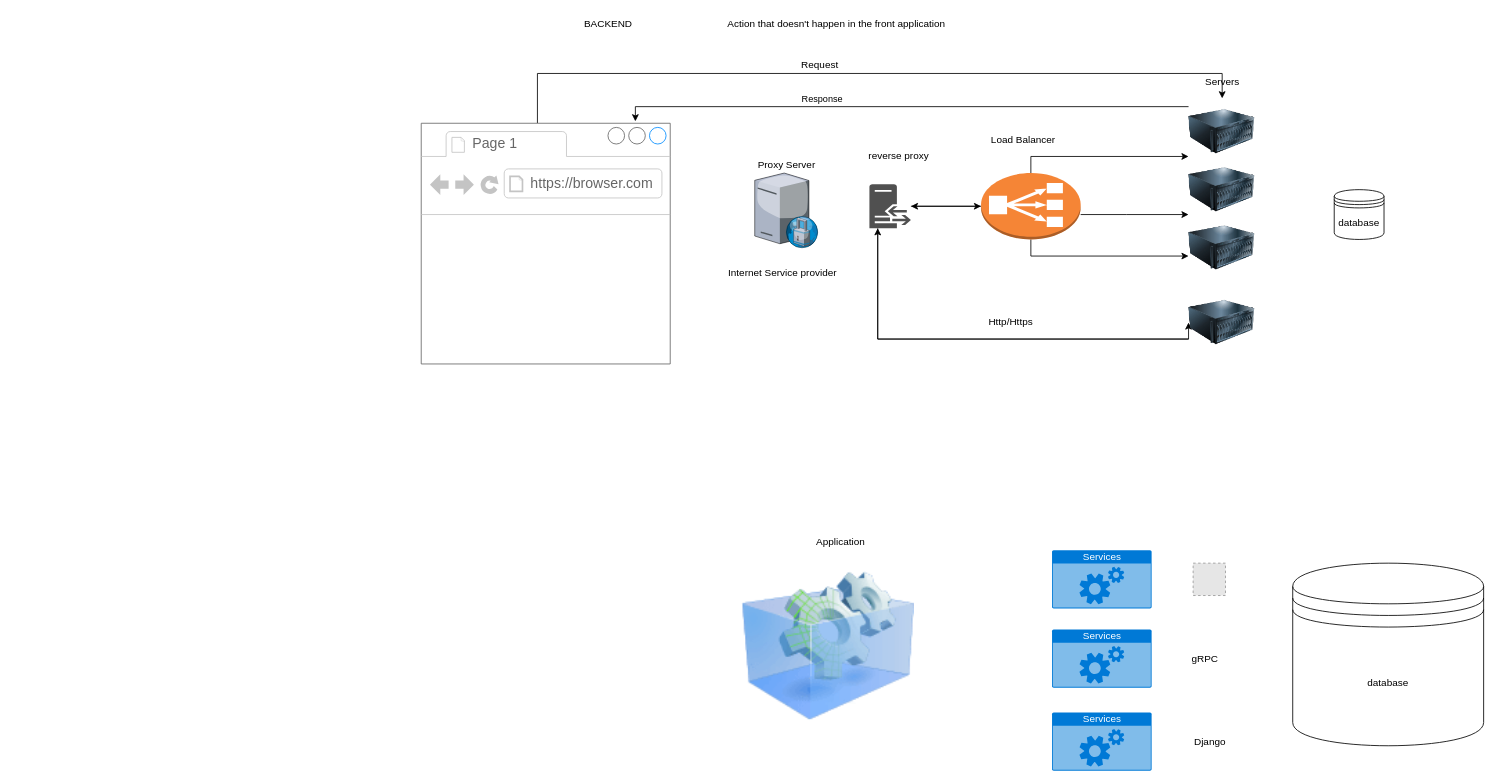
Above: docker_setup/Untitled Diagram.drawio in prabal01pathak/fastapi_app (draw.io), before the change. Source tidied: cells renumbered, new cells numbered last; positions are measured from the earlier drawing's top-left corner, leaving out a move shared by most shapes. Both pictures are drawn from the tidied source at 83%, with x=0, y=0 at pixel (421, 15). Pictures stored in the file or linked from it are replaced by grey dashed boxes.
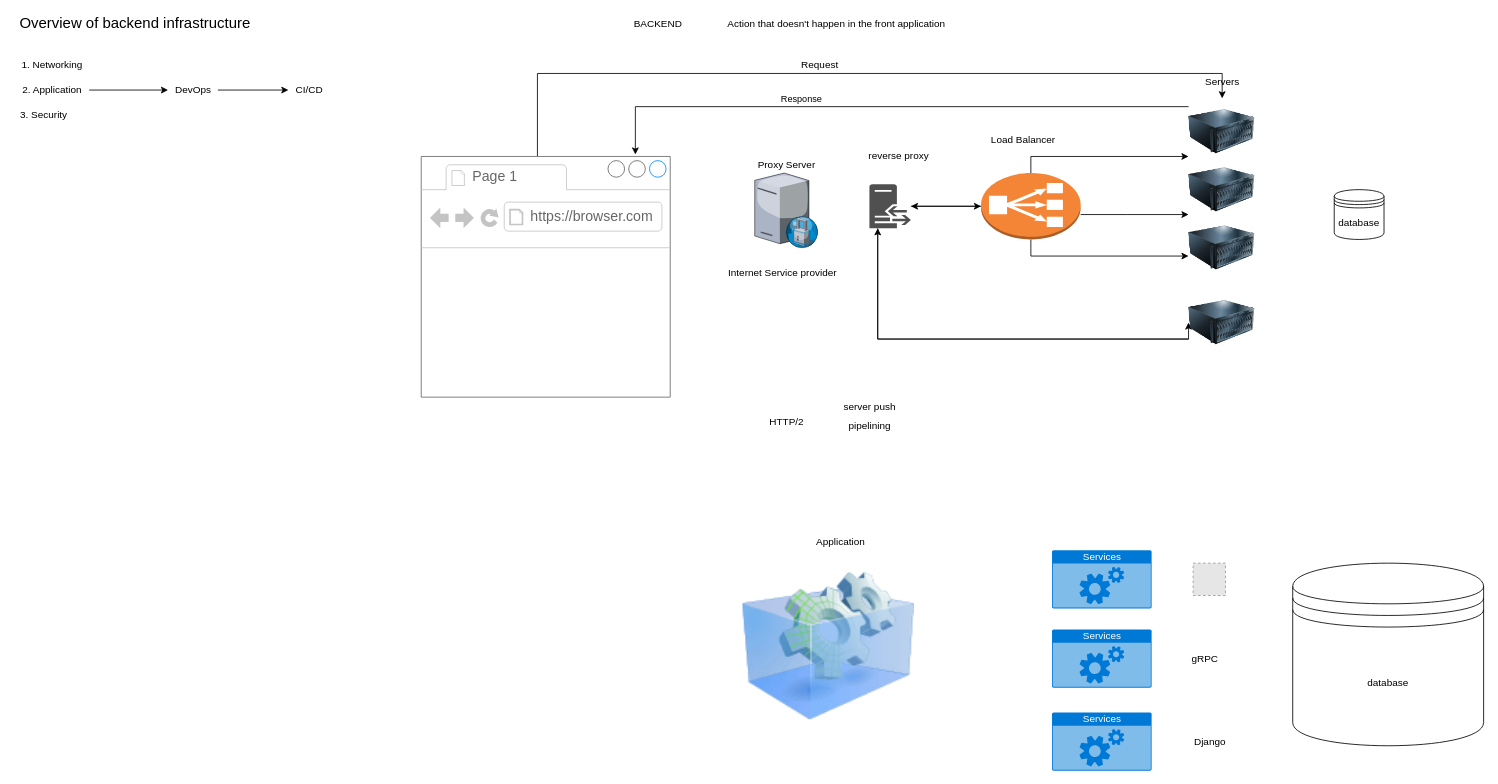
The same page after the edit.

What changed in the source:
```diff
@@
     <mxCell id="4" style="strokeWidth=1;shadow=0;dashed=0;align=center;html=1;shape=mxgraph.mockup.containers.browserWindow;rSize=0;strokeColor=#666666;strokeColor2=#008cff;strokeColor3=#c4c4c4;mainText=,;" parent="1" vertex="1">
-      <mxGeometry y="130" width="300" height="290" as="geometry" />
+      <mxGeometry y="170" width="300" height="290" as="geometry" />
     </mxCell>
@@
-    <mxCell id="28" value="Http/Https" style="text;html=1;align=center;verticalAlign=middle;strokeColor=none;fillColor=none;" parent="1" vertex="1">
-      <mxGeometry x="675" y="360" width="70" height="20" as="geometry" />
+    <mxCell id="28" value="HTTP/2" style="text;html=1;align=center;verticalAlign=middle;strokeColor=none;fillColor=none;" parent="1" vertex="1">
+      <mxGeometry x="410" y="480" width="60" height="20" as="geometry" />
     </mxCell>
     <mxCell id="29" value="BACKEND" style="text;html=1;align=center;verticalAlign=middle;strokeColor=none;fillColor=none;" parent="1" vertex="1">
-      <mxGeometry x="190" width="70" height="20" as="geometry" />
+      <mxGeometry x="250" width="70" height="20" as="geometry" />
     </mxCell>
@@
+    <mxCell id="41" value="&lt;font style=&quot;font-size: 18px&quot;&gt;Overview of backend infrastructure&lt;/font&gt;" style="text;html=1;align=center;verticalAlign=middle;strokeColor=none;fillColor=none;shadow=0;" parent="1" vertex="1">
+      <mxGeometry x="-490" width="290" height="20" as="geometry" />
+    </mxCell>
+    <mxCell id="42" value="&lt;span style=&quot;font-size: 12px&quot;&gt;server push&lt;/span&gt;" style="text;html=1;align=center;verticalAlign=middle;strokeColor=none;fillColor=none;fontSize=18;" parent="1" vertex="1">
+      <mxGeometry x="500" y="455" width="80" height="30" as="geometry" />
+    </mxCell>
+    <mxCell id="43" value="pipelining" style="text;html=1;align=center;verticalAlign=middle;strokeColor=none;fillColor=none;fontSize=12;" parent="1" vertex="1">
+      <mxGeometry x="505" y="485" width="70" height="20" as="geometry" />
+    </mxCell>
+    <mxCell id="44" value="1. Networking" style="text;html=1;align=center;verticalAlign=middle;strokeColor=none;fillColor=none;fontSize=12;" parent="1" vertex="1">
+      <mxGeometry x="-490" y="50" width="90" height="20" as="geometry" />
+    </mxCell>
+    <mxCell id="45" style="edgeStyle=orthogonalEdgeStyle;rounded=0;jettySize=auto;html=1;fontSize=12;" parent="1" edge="1" source="46" target="49">
+      <mxGeometry relative="1" as="geometry" />
+    </mxCell>
+    <mxCell id="46" value="2. Application" style="text;html=1;align=center;verticalAlign=middle;points=[];strokeColor=none;fillColor=none;fontSize=12;" parent="1" vertex="1">
+      <mxGeometry x="-490" y="80" width="90" height="20" as="geometry" />
+    </mxCell>
+    <mxCell id="47" value="3. Security" style="text;html=1;align=center;verticalAlign=middle;strokeColor=none;fillColor=none;fontSize=12;" parent="1" vertex="1">
+      <mxGeometry x="-490" y="110" width="70" height="20" as="geometry" />
+    </mxCell>
+    <mxCell id="48" style="edgeStyle=orthogonalEdgeStyle;rounded=0;jettySize=auto;html=1;fontSize=12;" parent="1" edge="1" source="49" target="50">
+      <mxGeometry relative="1" as="geometry" />
+    </mxCell>
+    <mxCell id="49" value="DevOps" style="text;html=1;align=center;verticalAlign=middle;points=[];strokeColor=none;fillColor=none;fontSize=12;" parent="1" vertex="1">
+      <mxGeometry x="-305" y="80" width="60" height="20" as="geometry" />
+    </mxCell>
+    <mxCell id="50" value="CI/CD" style="text;html=1;align=center;verticalAlign=middle;points=[];strokeColor=none;fillColor=none;fontSize=12;" parent="1" vertex="1">
+      <mxGeometry x="-160" y="80" width="50" height="20" as="geometry" />
+    </mxCell>
```
